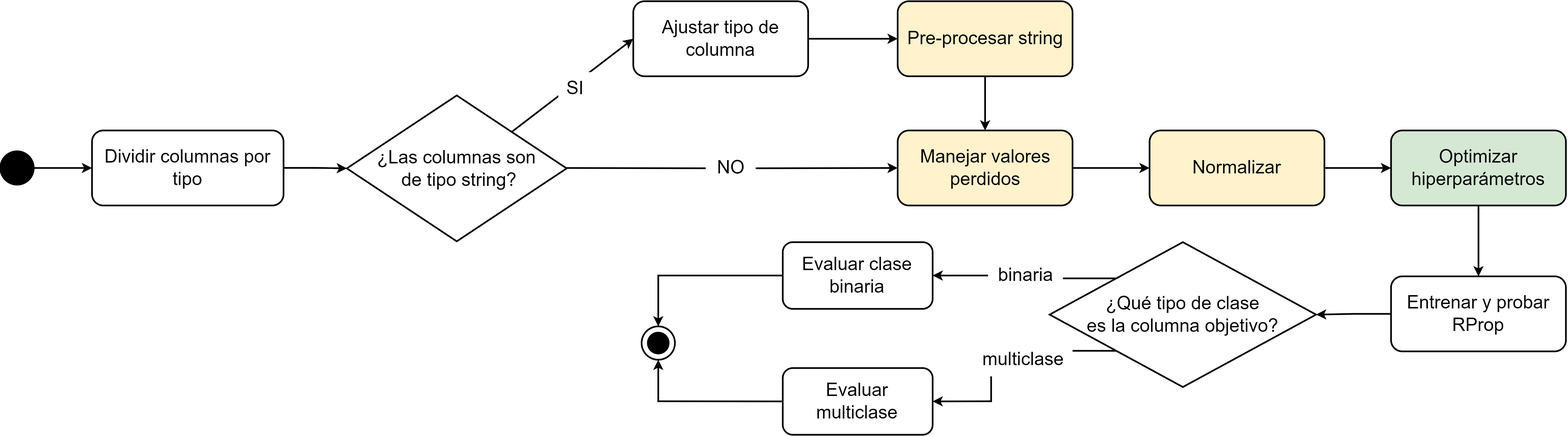
jennyanez/thesis-automl keeps this draw.io diagram as figuras/capi 2/modelos/procesado rprop.drawio.png. Above is the earlier version. Source tidied: cells renumbered, new cells last; positions are measured from the earlier drawing's top-left corner, leaving out a move shared by most shapes. Its diagram source:
```xml
<mxGraphModel>
  <root>
    <mxCell id="0" />
    <mxCell id="1" parent="0" />
    <mxCell id="2" style="edgeStyle=orthogonalEdgeStyle;rounded=0;jettySize=auto;html=1;entryX=0;entryY=0.5;entryDx=0;entryDy=0;strokeWidth=2;fontSize=22;" parent="1" edge="1" source="3" target="16">
      <mxGeometry relative="1" as="geometry" />
    </mxCell>
    <mxCell id="3" style="ellipse;whiteSpace=wrap;html=1;fillColor=#000000;gradientColor=default;strokeWidth=2;fontSize=22;" parent="1" vertex="1">
      <mxGeometry y="180" width="40" height="40" as="geometry" />
    </mxCell>
    <mxCell id="4" value="&lt;span style=&quot;font-size: 22px;&quot;&gt;¿Las columnas son&lt;br style=&quot;font-size: 22px;&quot;&gt;&amp;nbsp;de tipo string?&lt;/span&gt;" style="rhombus;whiteSpace=wrap;html=1;fillColor=none;gradientColor=default;strokeWidth=2;fontSize=22;" parent="1" vertex="1">
      <mxGeometry x="416" y="113" width="264" height="175" as="geometry" />
    </mxCell>
    <mxCell id="5" style="endArrow=classic;html=1;rounded=0;exitX=1;exitY=0;exitDx=0;exitDy=0;entryX=0;entryY=0.5;entryDx=0;entryDy=0;strokeWidth=2;fontSize=22;" parent="1" edge="1" source="4" target="7">
      <mxGeometry relative="1" as="geometry" />
    </mxCell>
    <mxCell id="6" style="edgeStyle=orthogonalEdgeStyle;rounded=0;jettySize=auto;html=1;strokeWidth=2;fontSize=22;" parent="1" edge="1" source="7" target="12">
      <mxGeometry relative="1" as="geometry" />
    </mxCell>
    <mxCell id="7" value="&lt;font style=&quot;font-size: 22px;&quot;&gt;Ajustar tipo de columna&lt;/font&gt;" style="rounded=1;whiteSpace=wrap;html=1;strokeWidth=2;fontSize=22;" parent="1" vertex="1">
      <mxGeometry x="760" width="210" height="90" as="geometry" />
    </mxCell>
    <mxCell id="8" value="&lt;font style=&quot;font-size: 22px;&quot;&gt;SI&lt;/font&gt;" style="text;html=1;align=center;verticalAlign=middle;strokeColor=none;fillColor=default;strokeWidth=2;fontSize=22;" parent="1" vertex="1">
      <mxGeometry x="670" y="85" width="40" height="40" as="geometry" />
    </mxCell>
    <mxCell id="9" style="edgeStyle=orthogonalEdgeStyle;rounded=0;jettySize=auto;html=1;strokeWidth=2;fontSize=22;" parent="1" edge="1" source="10" target="14">
      <mxGeometry relative="1" as="geometry" />
    </mxCell>
    <mxCell id="10" value="&lt;font style=&quot;font-size: 22px;&quot;&gt;Manejar valores perdidos&lt;/font&gt;" style="rounded=1;whiteSpace=wrap;html=1;fillColor=#fff2cc;strokeColor=default;strokeWidth=2;fontSize=22;" parent="1" vertex="1">
      <mxGeometry x="1077.5" y="155" width="210" height="90" as="geometry" />
    </mxCell>
    <mxCell id="11" style="edgeStyle=orthogonalEdgeStyle;rounded=0;jettySize=auto;html=1;exitX=0.5;exitY=1;exitDx=0;exitDy=0;strokeWidth=2;fontSize=22;" parent="1" edge="1" source="12" target="10">
      <mxGeometry relative="1" as="geometry" />
    </mxCell>
    <mxCell id="12" value="&lt;font style=&quot;font-size: 22px;&quot;&gt;Pre-procesar string&lt;/font&gt;" style="rounded=1;whiteSpace=wrap;html=1;fillColor=#fff2cc;strokeColor=default;strokeWidth=2;fontSize=22;" parent="1" vertex="1">
      <mxGeometry x="1077.5" width="210" height="90" as="geometry" />
    </mxCell>
    <mxCell id="13" style="edgeStyle=orthogonalEdgeStyle;rounded=0;jettySize=auto;html=1;strokeWidth=2;fontSize=22;" parent="1" edge="1" source="14" target="18">
      <mxGeometry relative="1" as="geometry" />
    </mxCell>
    <mxCell id="14" value="&lt;font style=&quot;font-size: 22px;&quot;&gt;Normalizar&lt;/font&gt;" style="rounded=1;whiteSpace=wrap;html=1;fillColor=#fff2cc;strokeColor=default;strokeWidth=2;fontSize=22;" parent="1" vertex="1">
      <mxGeometry x="1380" y="155" width="210" height="90" as="geometry" />
    </mxCell>
    <mxCell id="15" style="edgeStyle=orthogonalEdgeStyle;rounded=0;jettySize=auto;html=1;strokeWidth=2;fontSize=22;" parent="1" edge="1" source="16" target="4">
      <mxGeometry relative="1" as="geometry" />
    </mxCell>
    <mxCell id="16" value="&lt;span style=&quot;font-size: 22px;&quot;&gt;Dividir columnas por tipo&lt;/span&gt;" style="rounded=1;whiteSpace=wrap;html=1;strokeWidth=2;fontSize=22;" parent="1" vertex="1">
      <mxGeometry x="110" y="155" width="230" height="90" as="geometry" />
    </mxCell>
    <mxCell id="17" style="edgeStyle=orthogonalEdgeStyle;rounded=0;jettySize=auto;html=1;strokeWidth=2;fontSize=22;" parent="1" edge="1" source="18" target="22">
      <mxGeometry relative="1" as="geometry" />
    </mxCell>
    <mxCell id="18" value="&lt;font style=&quot;font-size: 22px;&quot;&gt;Optimizar hiperparámetros&lt;/font&gt;" style="rounded=1;whiteSpace=wrap;html=1;fillColor=#d5e8d4;strokeColor=default;strokeWidth=2;fontSize=22;" parent="1" vertex="1">
      <mxGeometry x="1670" y="155" width="210" height="90" as="geometry" />
    </mxCell>
    <mxCell id="19" style="edgeStyle=orthogonalEdgeStyle;rounded=0;jettySize=auto;html=1;exitX=1;exitY=0.5;exitDx=0;exitDy=0;entryX=0;entryY=0.5;entryDx=0;entryDy=0;strokeWidth=2;fontSize=22;" parent="1" edge="1" target="10">
      <mxGeometry relative="1" as="geometry">
        <mxPoint x="680" y="200" as="sourcePoint" />
      </mxGeometry>
    </mxCell>
    <mxCell id="20" value="&lt;font style=&quot;font-size: 22px;&quot;&gt;NO&lt;/font&gt;" style="text;html=1;align=center;verticalAlign=middle;strokeWidth=2;fillColor=default;fontSize=22;" parent="1" vertex="1">
      <mxGeometry x="847" y="180" width="60" height="40" as="geometry" />
    </mxCell>
    <mxCell id="21" style="edgeStyle=orthogonalEdgeStyle;rounded=0;jettySize=auto;html=1;exitX=0;exitY=0.5;exitDx=0;exitDy=0;entryX=1;entryY=0.5;entryDx=0;entryDy=0;strokeWidth=2;fontSize=22;" parent="1" edge="1" source="22" target="24">
      <mxGeometry relative="1" as="geometry" />
    </mxCell>
    <mxCell id="22" value="&lt;font style=&quot;font-size: 22px;&quot;&gt;Entrenar y probar RProp&lt;/font&gt;" style="rounded=1;whiteSpace=wrap;html=1;strokeWidth=2;fontSize=22;" parent="1" vertex="1">
      <mxGeometry x="1670" y="330" width="210" height="90" as="geometry" />
    </mxCell>
    <mxCell id="23" style="edgeStyle=orthogonalEdgeStyle;rounded=0;jettySize=auto;html=1;exitX=0;exitY=1;exitDx=0;exitDy=0;entryX=1;entryY=0.5;entryDx=0;entryDy=0;strokeWidth=2;" parent="1" edge="1" source="24" target="28">
      <mxGeometry relative="1" as="geometry" />
    </mxCell>
    <mxCell id="24" value="&lt;font style=&quot;font-size: 22px;&quot;&gt;¿Qué tipo de clase&lt;br style=&quot;border-color: var(--border-color); font-size: 22px;&quot;&gt;es la columna objetivo?&lt;/font&gt;" style="rhombus;whiteSpace=wrap;html=1;fillColor=none;gradientColor=default;strokeWidth=2;fontSize=22;" parent="1" vertex="1">
      <mxGeometry x="1260" y="289" width="320" height="173.8" as="geometry" />
    </mxCell>
    <mxCell id="25" style="edgeStyle=orthogonalEdgeStyle;rounded=0;jettySize=auto;html=1;exitX=0;exitY=0.5;exitDx=0;exitDy=0;entryX=0.5;entryY=0;entryDx=0;entryDy=0;strokeWidth=2;" parent="1" edge="1" source="26" target="29">
      <mxGeometry relative="1" as="geometry" />
    </mxCell>
    <mxCell id="26" value="&lt;font style=&quot;font-size: 22px;&quot;&gt;Evaluar clase binaria&lt;/font&gt;" style="rounded=1;whiteSpace=wrap;html=1;fillColor=none;gradientColor=default;strokeWidth=2;fontSize=22;" parent="1" vertex="1">
      <mxGeometry x="939.5" y="289" width="180" height="80" as="geometry" />
    </mxCell>
    <mxCell id="27" style="edgeStyle=orthogonalEdgeStyle;rounded=0;jettySize=auto;html=1;exitX=0;exitY=0.5;exitDx=0;exitDy=0;entryX=0.5;entryY=1;entryDx=0;entryDy=0;strokeWidth=2;" parent="1" edge="1" source="28" target="29">
      <mxGeometry relative="1" as="geometry" />
    </mxCell>
    <mxCell id="28" value="&lt;font style=&quot;font-size: 22px;&quot;&gt;Evaluar multiclase&lt;/font&gt;" style="rounded=1;whiteSpace=wrap;html=1;fillColor=none;gradientColor=default;strokeWidth=2;fontSize=22;" parent="1" vertex="1">
      <mxGeometry x="939.5" y="440" width="180" height="80" as="geometry" />
    </mxCell>
    <mxCell id="29" style="ellipse;whiteSpace=wrap;html=1;strokeWidth=2;fontSize=22;" parent="1" vertex="1">
      <mxGeometry x="770" y="390" width="40" height="40" as="geometry" />
    </mxCell>
    <mxCell id="30" style="ellipse;whiteSpace=wrap;html=1;fillColor=#000000;gradientColor=default;strokeWidth=2;fontSize=22;" parent="1" vertex="1">
      <mxGeometry x="777.5" y="397.5" width="25" height="25" as="geometry" />
    </mxCell>
    <mxCell id="31" value="multiclase" style="text;html=1;align=center;verticalAlign=middle;fillColor=default;fontSize=22;strokeWidth=2;" parent="1" vertex="1">
      <mxGeometry x="1167.5" y="410" width="120" height="40" as="geometry" />
    </mxCell>
    <mxCell id="32" style="edgeStyle=orthogonalEdgeStyle;rounded=0;jettySize=auto;html=1;exitX=0;exitY=0;exitDx=0;exitDy=0;entryX=1;entryY=0.5;entryDx=0;entryDy=0;strokeWidth=2;" parent="1" edge="1" source="24" target="26">
      <mxGeometry relative="1" as="geometry" />
    </mxCell>
    <mxCell id="33" value="binaria" style="text;html=1;align=center;verticalAlign=middle;fillColor=default;fontSize=22;strokeWidth=2;" parent="1" vertex="1">
      <mxGeometry x="1186" y="309" width="90" height="40" as="geometry" />
    </mxCell>
  </root>
</mxGraphModel>
```
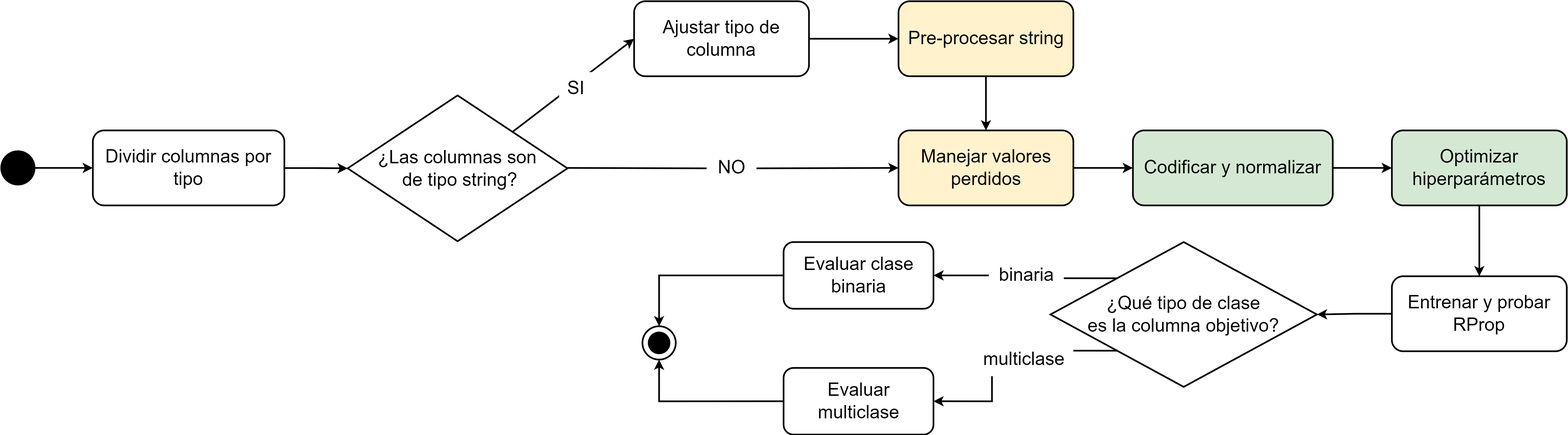
Above is the later version.

The edit, as a diff of the source:
```diff
@@ -23,9 +23,9 @@
     <mxCell id="8" value="&lt;font style=&quot;font-size: 22px;&quot;&gt;SI&lt;/font&gt;" style="text;html=1;align=center;verticalAlign=middle;strokeColor=none;fillColor=default;strokeWidth=2;fontSize=22;" parent="1" vertex="1">
       <mxGeometry x="670" y="85" width="40" height="40" as="geometry" />
     </mxCell>
-    <mxCell id="9" style="edgeStyle=orthogonalEdgeStyle;rounded=0;jettySize=auto;html=1;strokeWidth=2;fontSize=22;" parent="1" edge="1" source="10" target="14">
-      <mxGeometry relative="1" as="geometry" />
-    </mxCell>
+    <mxCell id="34" style="edgeStyle=orthogonalEdgeStyle;rounded=0;jettySize=auto;html=1;strokeWidth=2;" parent="1" edge="1" source="10" target="36">
+      <mxGeometry relative="1" as="geometry" />
+    </mxCell>
     <mxCell id="10" value="&lt;font style=&quot;font-size: 22px;&quot;&gt;Manejar valores perdidos&lt;/font&gt;" style="rounded=1;whiteSpace=wrap;html=1;fillColor=#fff2cc;strokeColor=default;strokeWidth=2;fontSize=22;" parent="1" vertex="1">
       <mxGeometry x="1077.5" y="155" width="210" height="90" as="geometry" />
     </mxCell>
@@ -35,12 +35,6 @@
     <mxCell id="12" value="&lt;font style=&quot;font-size: 22px;&quot;&gt;Pre-procesar string&lt;/font&gt;" style="rounded=1;whiteSpace=wrap;html=1;fillColor=#fff2cc;strokeColor=default;strokeWidth=2;fontSize=22;" parent="1" vertex="1">
       <mxGeometry x="1077.5" width="210" height="90" as="geometry" />
     </mxCell>
-    <mxCell id="13" style="edgeStyle=orthogonalEdgeStyle;rounded=0;jettySize=auto;html=1;strokeWidth=2;fontSize=22;" parent="1" edge="1" source="14" target="18">
-      <mxGeometry relative="1" as="geometry" />
-    </mxCell>
-    <mxCell id="14" value="&lt;font style=&quot;font-size: 22px;&quot;&gt;Normalizar&lt;/font&gt;" style="rounded=1;whiteSpace=wrap;html=1;fillColor=#fff2cc;strokeColor=default;strokeWidth=2;fontSize=22;" parent="1" vertex="1">
-      <mxGeometry x="1380" y="155" width="210" height="90" as="geometry" />
-    </mxCell>
     <mxCell id="15" style="edgeStyle=orthogonalEdgeStyle;rounded=0;jettySize=auto;html=1;strokeWidth=2;fontSize=22;" parent="1" edge="1" source="16" target="4">
       <mxGeometry relative="1" as="geometry" />
     </mxCell>
@@ -100,5 +94,11 @@
     <mxCell id="33" value="binaria" style="text;html=1;align=center;verticalAlign=middle;fillColor=default;fontSize=22;strokeWidth=2;" parent="1" vertex="1">
       <mxGeometry x="1186" y="309" width="90" height="40" as="geometry" />
     </mxCell>
+    <mxCell id="35" style="edgeStyle=orthogonalEdgeStyle;rounded=0;jettySize=auto;html=1;exitX=1;exitY=0.5;exitDx=0;exitDy=0;entryX=0;entryY=0.5;entryDx=0;entryDy=0;strokeWidth=2;" parent="1" edge="1" source="36" target="18">
+      <mxGeometry relative="1" as="geometry" />
+    </mxCell>
+    <mxCell id="36" value="&lt;font style=&quot;font-size: 22px;&quot;&gt;Codificar y normalizar&lt;/font&gt;" style="rounded=1;whiteSpace=wrap;html=1;fillColor=#d5e8d4;strokeColor=default;strokeWidth=2;fontSize=22;" parent="1" vertex="1">
+      <mxGeometry x="1359" y="155" width="240" height="90" as="geometry" />
+    </mxCell>
   </root>
 </mxGraphModel>
```
